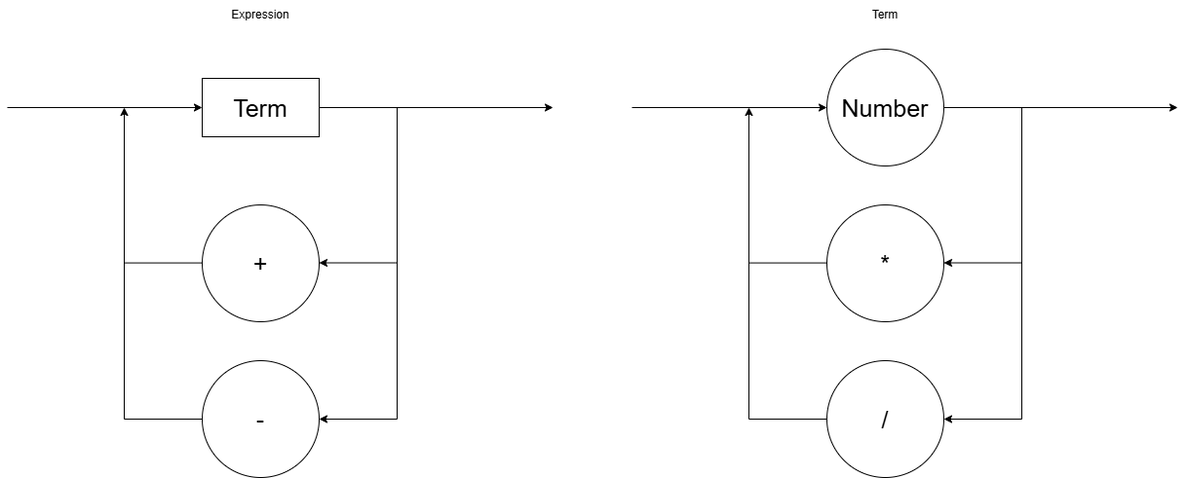
Earlier version of the draw.io export imgs/diagrama_v1.png (gustavoeso/LogCompGESO). Source tidied: cells renumbered, new cells last; positions are measured from the earlier drawing's top-left corner, leaving out a move shared by most shapes.
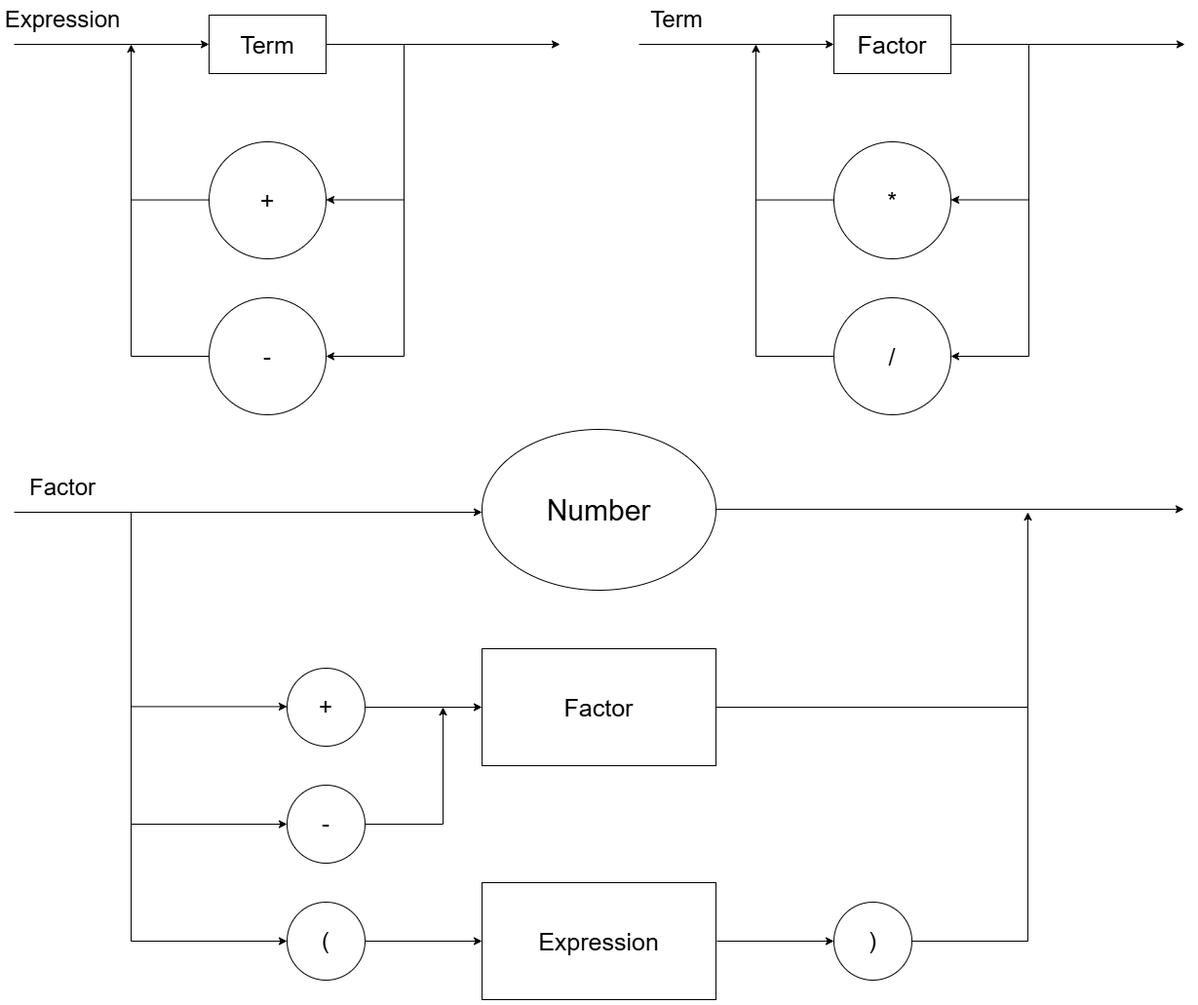
The same diagram one commit later.

What changed in the source:
```diff
@@ -54,11 +54,9 @@
         <mxPoint x="200" y="269.6" as="targetPoint" />
       </mxGeometry>
     </mxCell>
-    <mxCell id="12" value="&lt;font style=&quot;font-size: 25px;&quot;&gt;Number&lt;/font&gt;" style="ellipse;whiteSpace=wrap;html=1;align=center;" parent="1" vertex="1">
-      <mxGeometry x="841" y="50" width="120" height="120" as="geometry" />
-    </mxCell>
-    <mxCell id="13" style="endArrow=classic;html=1;rounded=0;exitX=1;exitY=0.5;exitDx=0;exitDy=0;" parent="1" edge="1" source="12">
+    <mxCell id="13" style="endArrow=classic;html=1;rounded=0;exitX=1;exitY=0.5;exitDx=0;exitDy=0;" parent="1" edge="1">
       <mxGeometry relative="1" as="geometry">
+        <mxPoint x="961" y="110" as="sourcePoint" />
         <mxPoint x="1201" y="110" as="targetPoint" />
       </mxGeometry>
     </mxCell>
@@ -85,9 +83,10 @@
         <mxPoint x="1041" y="430" as="sourcePoint" />
       </mxGeometry>
     </mxCell>
-    <mxCell id="19" style="endArrow=classic;html=1;rounded=0;entryX=0;entryY=0.5;entryDx=0;entryDy=0;" parent="1" edge="1" target="12">
+    <mxCell id="19" style="endArrow=classic;html=1;rounded=0;entryX=0;entryY=0.5;entryDx=0;entryDy=0;" parent="1" edge="1">
       <mxGeometry relative="1" as="geometry">
         <mxPoint x="641" y="110" as="sourcePoint" />
+        <mxPoint x="841" y="110" as="targetPoint" />
       </mxGeometry>
     </mxCell>
     <mxCell id="20" style="endArrow=classic;html=1;rounded=0;" parent="1" edge="1">
@@ -107,14 +106,126 @@
         <mxPoint x="841" y="269.6" as="targetPoint" />
       </mxGeometry>
     </mxCell>
-    <mxCell id="23" value="Expression" style="text;html=1;align=center;verticalAlign=middle;whiteSpace=wrap;rounded=0;" parent="1" vertex="1">
-      <mxGeometry x="230" width="60" height="30" as="geometry" />
+    <mxCell id="23" value="Expression" style="text;html=1;align=center;verticalAlign=middle;whiteSpace=wrap;rounded=0;fontSize=24;" parent="1" vertex="1">
+      <mxGeometry x="20" y="70" width="60" height="30" as="geometry" />
     </mxCell>
-    <mxCell id="24" value="Term" style="text;html=1;align=center;verticalAlign=middle;whiteSpace=wrap;rounded=0;" parent="1" vertex="1">
-      <mxGeometry x="871" width="60" height="30" as="geometry" />
+    <mxCell id="24" value="Term" style="text;html=1;align=center;verticalAlign=middle;whiteSpace=wrap;rounded=0;fontSize=24;" parent="1" vertex="1">
+      <mxGeometry x="650" y="70" width="60" height="30" as="geometry" />
     </mxCell>
     <mxCell id="25" value="&lt;font style=&quot;font-size: 25px;&quot;&gt;Term&lt;/font&gt;" style="rounded=0;whiteSpace=wrap;html=1;" parent="1" vertex="1">
       <mxGeometry x="200" y="80" width="120" height="60" as="geometry" />
     </mxCell>
+    <mxCell id="26" value="Factor" style="text;html=1;align=center;verticalAlign=middle;whiteSpace=wrap;rounded=0;fontSize=24;" parent="1" vertex="1">
+      <mxGeometry x="20" y="550" width="60" height="30" as="geometry" />
+    </mxCell>
+    <mxCell id="27" style="endArrow=classic;html=1;rounded=0;" parent="1" edge="1">
+      <mxGeometry relative="1" as="geometry">
+        <mxPoint y="590" as="sourcePoint" />
+        <mxPoint x="480" y="590" as="targetPoint" />
+      </mxGeometry>
+    </mxCell>
+    <mxCell id="12" value="Number" style="ellipse;whiteSpace=wrap;html=1;fontSize=30;" parent="1" vertex="1">
+      <mxGeometry x="480" y="505" width="240" height="165" as="geometry" />
+    </mxCell>
+    <mxCell id="28" style="endArrow=classic;html=1;rounded=0;" parent="1" edge="1">
+      <mxGeometry relative="1" as="geometry">
+        <mxPoint x="720" y="586.9" as="sourcePoint" />
+        <mxPoint x="1200" y="586.9" as="targetPoint" />
+      </mxGeometry>
+    </mxCell>
+    <mxCell id="29" value="&lt;font style=&quot;font-size: 25px;&quot;&gt;Factor&lt;/font&gt;" style="rounded=0;whiteSpace=wrap;html=1;" parent="1" vertex="1">
+      <mxGeometry x="841" y="80" width="120" height="60" as="geometry" />
+    </mxCell>
+    <mxCell id="30" value="&lt;font style=&quot;font-size: 25px;&quot;&gt;Factor&lt;/font&gt;" style="rounded=0;whiteSpace=wrap;html=1;" parent="1" vertex="1">
+      <mxGeometry x="480" y="730" width="240" height="120" as="geometry" />
+    </mxCell>
+    <mxCell id="31" style="endArrow=none;html=1;rounded=0;" parent="1" edge="1">
+      <mxGeometry relative="1" as="geometry">
+        <mxPoint x="120" y="1030" as="sourcePoint" />
+        <mxPoint x="120" y="590" as="targetPoint" />
+      </mxGeometry>
+    </mxCell>
+    <mxCell id="32" style="endArrow=classic;html=1;rounded=0;" parent="1" edge="1">
+      <mxGeometry relative="1" as="geometry">
+        <mxPoint x="120" y="789.4" as="sourcePoint" />
+        <mxPoint x="280" y="789.4" as="targetPoint" />
+      </mxGeometry>
+    </mxCell>
+    <mxCell id="33" style="endArrow=classic;html=1;rounded=0;" parent="1" edge="1">
+      <mxGeometry relative="1" as="geometry">
+        <mxPoint x="120" y="910" as="sourcePoint" />
+        <mxPoint x="280" y="910" as="targetPoint" />
+      </mxGeometry>
+    </mxCell>
+    <mxCell id="34" value="+" style="ellipse;whiteSpace=wrap;html=1;fontSize=24;" parent="1" vertex="1">
+      <mxGeometry x="280" y="750" width="80" height="80" as="geometry" />
+    </mxCell>
+    <mxCell id="35" value="-" style="ellipse;whiteSpace=wrap;html=1;fontSize=24;" parent="1" vertex="1">
+      <mxGeometry x="280" y="870" width="80" height="80" as="geometry" />
+    </mxCell>
+    <mxCell id="36" style="endArrow=classic;html=1;rounded=0;exitX=1;exitY=0.5;exitDx=0;exitDy=0;" parent="1" edge="1" source="34" target="30">
+      <mxGeometry relative="1" as="geometry" />
+    </mxCell>
+    <mxCell id="37" style="endArrow=none;html=1;rounded=0;exitX=1;exitY=0.5;exitDx=0;exitDy=0;" parent="1" edge="1" source="35">
+      <mxGeometry relative="1" as="geometry">
+        <mxPoint x="440" y="910" as="targetPoint" />
+      </mxGeometry>
+    </mxCell>
+    <mxCell id="38" style="endArrow=classic;html=1;rounded=0;" parent="1" edge="1">
+      <mxGeometry relative="1" as="geometry">
+        <mxPoint x="440" y="910" as="sourcePoint" />
+        <mxPoint x="440" y="790" as="targetPoint" />
+      </mxGeometry>
+    </mxCell>
+    <mxCell id="39" style="endArrow=none;html=1;rounded=0;exitX=1;exitY=0.5;exitDx=0;exitDy=0;" parent="1" edge="1" source="30">
+      <mxGeometry relative="1" as="geometry">
+        <mxPoint x="1040" y="790" as="targetPoint" />
+      </mxGeometry>
+    </mxCell>
+    <mxCell id="40" style="endArrow=classic;html=1;rounded=0;" parent="1" edge="1">
+      <mxGeometry relative="1" as="geometry">
+        <mxPoint x="1040" y="790" as="sourcePoint" />
+        <mxPoint x="1040" y="590" as="targetPoint" />
+      </mxGeometry>
+    </mxCell>
+    <mxCell id="41" style="endArrow=classic;html=1;rounded=0;" parent="1" edge="1">
+      <mxGeometry relative="1" as="geometry">
+        <mxPoint x="120" y="1030" as="sourcePoint" />
+        <mxPoint x="280" y="1030" as="targetPoint" />
+      </mxGeometry>
+    </mxCell>
+    <mxCell id="42" value="&lt;font style=&quot;font-size: 24px;&quot;&gt;(&lt;/font&gt;" style="ellipse;whiteSpace=wrap;html=1;" parent="1" vertex="1">
+      <mxGeometry x="280" y="990" width="80" height="80" as="geometry" />
+    </mxCell>
+    <mxCell id="43" value="&lt;font style=&quot;font-size: 25px;&quot;&gt;Expression&lt;/font&gt;" style="rounded=0;whiteSpace=wrap;html=1;" parent="1" vertex="1">
+      <mxGeometry x="480" y="970" width="240" height="120" as="geometry" />
+    </mxCell>
+    <mxCell id="44" style="endArrow=classic;html=1;rounded=0;exitX=1;exitY=0.5;exitDx=0;exitDy=0;entryX=0;entryY=0.5;entryDx=0;entryDy=0;" parent="1" edge="1" source="42" target="43">
+      <mxGeometry relative="1" as="geometry" />
+    </mxCell>
+    <mxCell id="45" style="endArrow=classic;html=1;rounded=0;" parent="1" edge="1" source="47">
+      <mxGeometry relative="1" as="geometry">
+        <mxPoint x="881" y="1030" as="targetPoint" />
+      </mxGeometry>
+    </mxCell>
+    <mxCell id="46" style="endArrow=classic;html=1;rounded=0;" parent="1" edge="1" target="47">
+      <mxGeometry relative="1" as="geometry">
+        <mxPoint x="721" y="1030" as="sourcePoint" />
+      </mxGeometry>
+    </mxCell>
+    <mxCell id="47" value="&lt;font style=&quot;font-size: 24px;&quot;&gt;)&lt;/font&gt;" style="ellipse;whiteSpace=wrap;html=1;" parent="1" vertex="1">
+      <mxGeometry x="841" y="990" width="80" height="80" as="geometry" />
+    </mxCell>
+    <mxCell id="48" style="endArrow=none;html=1;rounded=0;" parent="1" edge="1">
+      <mxGeometry relative="1" as="geometry">
+        <mxPoint x="1040" y="1030" as="sourcePoint" />
+        <mxPoint x="1040" y="790" as="targetPoint" />
+      </mxGeometry>
+    </mxCell>
+    <mxCell id="49" style="endArrow=none;html=1;rounded=0;exitX=1;exitY=0.5;exitDx=0;exitDy=0;" parent="1" edge="1" source="47">
+      <mxGeometry relative="1" as="geometry">
+        <mxPoint x="1040" y="1030" as="targetPoint" />
+      </mxGeometry>
+    </mxCell>
   </root>
 </mxGraphModel>
```
